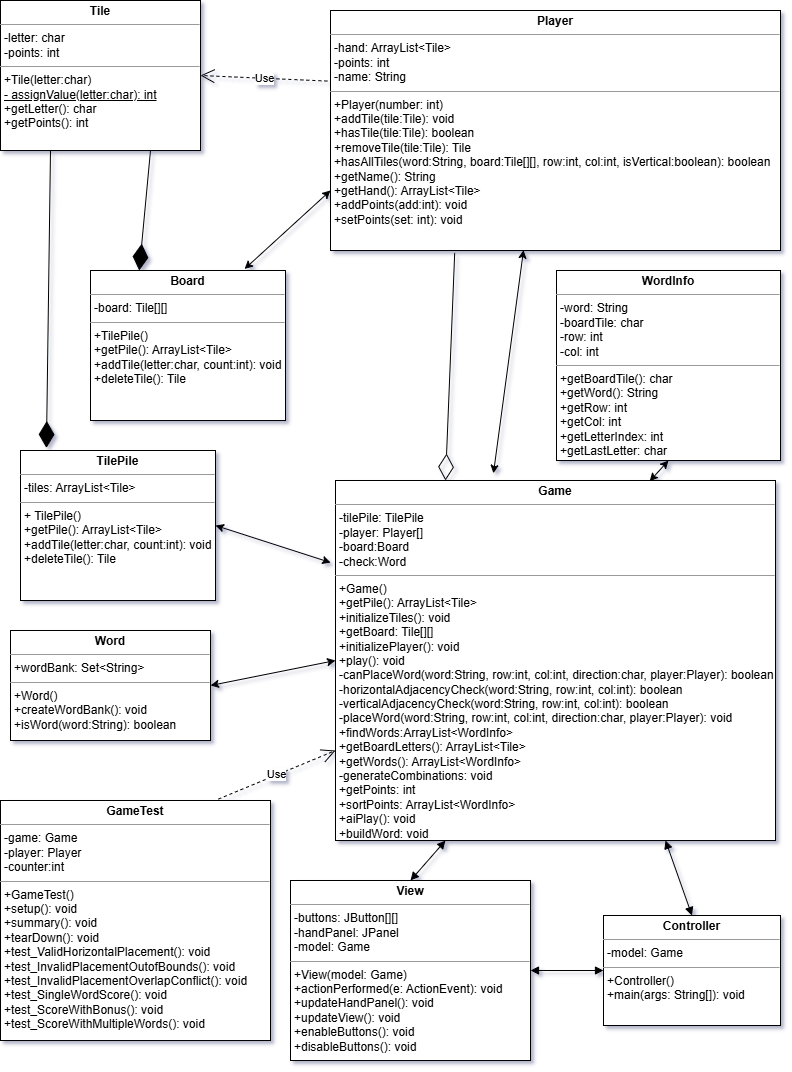
JadHamzeh/ScrabbleGUI keeps this draw.io diagram as Milestone3_UML.png. Above is the earlier version. Source tidied: cells renumbered, new cells last; positions are measured from the earlier drawing's top-left corner, leaving out a move shared by most shapes.
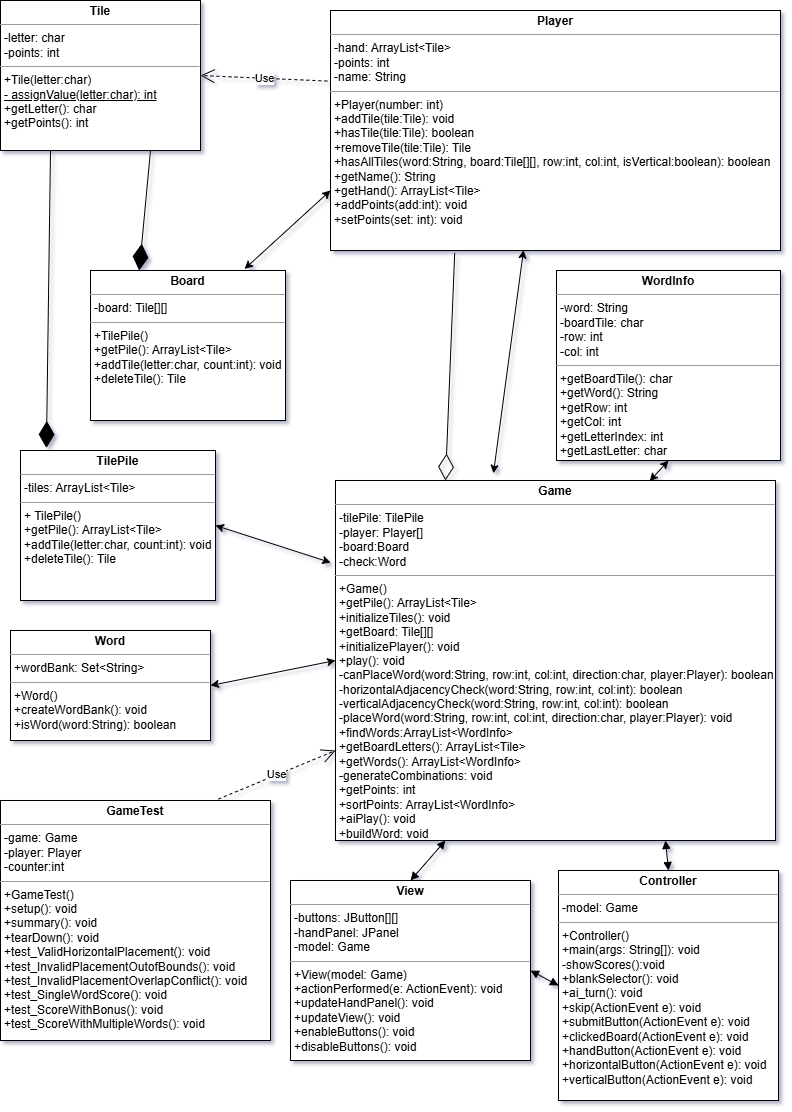
After the change.

The edit, as a diff of the source:
```diff
@@ -50,8 +50,8 @@
     <mxCell id="17" value="&lt;p style=&quot;margin:0px;margin-top:4px;text-align:center;&quot;&gt;&lt;b&gt;View&lt;/b&gt;&lt;/p&gt;&lt;hr size=&quot;1&quot;&gt;&lt;p style=&quot;margin:0px;margin-left:4px;&quot;&gt;-buttons: JButton[][]&lt;/p&gt;&lt;p style=&quot;margin:0px;margin-left:4px;&quot;&gt;-handPanel: JPanel&lt;/p&gt;&lt;p style=&quot;margin:0px;margin-left:4px;&quot;&gt;-model: Game&lt;/p&gt;&lt;hr size=&quot;1&quot;&gt;&lt;p style=&quot;margin:0px;margin-left:4px;&quot;&gt;+View(model: Game)&lt;/p&gt;&lt;p style=&quot;margin:0px;margin-left:4px;&quot;&gt;+actionPerformed(e: ActionEvent): void&lt;/p&gt;&lt;p style=&quot;margin:0px;margin-left:4px;&quot;&gt;+updateHandPanel(): void&lt;/p&gt;&lt;p style=&quot;margin:0px;margin-left:4px;&quot;&gt;+updateView(): void&lt;/p&gt;&lt;p style=&quot;margin:0px;margin-left:4px;&quot;&gt;+enableButtons(): void&lt;/p&gt;&lt;p style=&quot;margin:0px;margin-left:4px;&quot;&gt;+disableButtons(): void&lt;/p&gt;" style="verticalAlign=top;align=left;overflow=fill;fontSize=12;fontFamily=Helvetica;html=1;whiteSpace=wrap;" parent="1" vertex="1">
       <mxGeometry x="290" y="880" width="240" height="180" as="geometry" />
     </mxCell>
-    <mxCell id="18" value="&lt;p style=&quot;margin:0px;margin-top:4px;text-align:center;&quot;&gt;&lt;b&gt;Controller&lt;/b&gt;&lt;/p&gt;&lt;hr size=&quot;1&quot;&gt;&lt;p style=&quot;margin:0px;margin-left:4px;&quot;&gt;-model: Game&lt;/p&gt;&lt;hr size=&quot;1&quot;&gt;&lt;p style=&quot;margin:0px;margin-left:4px;&quot;&gt;+Controller()&lt;/p&gt;&lt;p style=&quot;margin:0px;margin-left:4px;&quot;&gt;+main(args: String[]): void&lt;/p&gt;" style="verticalAlign=top;align=left;overflow=fill;fontSize=12;fontFamily=Helvetica;html=1;whiteSpace=wrap;" parent="1" vertex="1">
-      <mxGeometry x="603" y="915" width="177" height="110" as="geometry" />
+    <mxCell id="18" value="&lt;p style=&quot;margin:0px;margin-top:4px;text-align:center;&quot;&gt;&lt;b&gt;Controller&lt;/b&gt;&lt;/p&gt;&lt;hr size=&quot;1&quot;&gt;&lt;p style=&quot;margin:0px;margin-left:4px;&quot;&gt;-model: Game&lt;/p&gt;&lt;hr size=&quot;1&quot;&gt;&lt;p style=&quot;margin:0px;margin-left:4px;&quot;&gt;+Controller()&lt;/p&gt;&lt;p style=&quot;margin:0px;margin-left:4px;&quot;&gt;+main(args: String[]): void&lt;/p&gt;&lt;p style=&quot;margin:0px;margin-left:4px;&quot;&gt;-showScores():&lt;span style=&quot;background-color: initial;&quot;&gt;void&lt;/span&gt;&lt;span style=&quot;background-color: initial;&quot;&gt;&amp;nbsp;&lt;/span&gt;&lt;/p&gt;&lt;p style=&quot;margin:0px;margin-left:4px;&quot;&gt;&lt;span style=&quot;background-color: initial;&quot;&gt;+blankSelector(): void&lt;/span&gt;&lt;/p&gt;&lt;p style=&quot;margin:0px;margin-left:4px;&quot;&gt;&lt;span style=&quot;background-color: initial;&quot;&gt;+ai_turn():&amp;nbsp;&lt;/span&gt;&lt;span style=&quot;background-color: initial;&quot;&gt;void&lt;/span&gt;&lt;span style=&quot;background-color: initial;&quot;&gt;&amp;nbsp;&lt;/span&gt;&lt;/p&gt;&lt;p style=&quot;margin:0px;margin-left:4px;&quot;&gt;&lt;span style=&quot;background-color: initial;&quot;&gt;+skip(ActionEvent e):&amp;nbsp;&lt;/span&gt;&lt;span style=&quot;background-color: initial;&quot;&gt;void&lt;/span&gt;&lt;span style=&quot;background-color: initial;&quot;&gt;&amp;nbsp;&lt;/span&gt;&lt;/p&gt;&lt;p style=&quot;margin:0px;margin-left:4px;&quot;&gt;&lt;span style=&quot;background-color: initial;&quot;&gt;+submitButton(ActionEvent e):&amp;nbsp;&lt;/span&gt;&lt;span style=&quot;background-color: initial;&quot;&gt;void&lt;/span&gt;&lt;span style=&quot;background-color: initial;&quot;&gt;&amp;nbsp;&lt;/span&gt;&lt;span style=&quot;background-color: initial;&quot;&gt;&lt;/span&gt;&lt;/p&gt;&lt;p style=&quot;margin:0px;margin-left:4px;&quot;&gt;&lt;span style=&quot;background-color: initial;&quot;&gt;+clickedBoard(ActionEvent e):&amp;nbsp;&lt;/span&gt;&lt;span style=&quot;background-color: initial;&quot;&gt;void&lt;/span&gt;&lt;span style=&quot;background-color: initial;&quot;&gt;&amp;nbsp;&lt;/span&gt;&lt;span style=&quot;background-color: initial;&quot;&gt;&lt;/span&gt;&lt;/p&gt;&lt;p style=&quot;margin:0px;margin-left:4px;&quot;&gt;&lt;span style=&quot;background-color: initial;&quot;&gt;+handButton(ActionEvent e):&amp;nbsp;&lt;/span&gt;&lt;span style=&quot;background-color: initial;&quot;&gt;void&lt;/span&gt;&lt;span style=&quot;background-color: initial;&quot;&gt;&amp;nbsp;&lt;/span&gt;&lt;span style=&quot;background-color: initial;&quot;&gt;&lt;/span&gt;&lt;/p&gt;&lt;p style=&quot;margin:0px;margin-left:4px;&quot;&gt;&lt;span style=&quot;background-color: initial;&quot;&gt;+horizontalButton(ActionEvent e):&amp;nbsp;&lt;/span&gt;&lt;span style=&quot;background-color: initial;&quot;&gt;void&lt;/span&gt;&lt;span style=&quot;background-color: initial;&quot;&gt;&amp;nbsp;&lt;/span&gt;&lt;span style=&quot;background-color: initial;&quot;&gt;&lt;/span&gt;&lt;/p&gt;&lt;p style=&quot;margin:0px;margin-left:4px;&quot;&gt;&lt;span style=&quot;background-color: initial;&quot;&gt;+verticalButton(ActionEvent e):&amp;nbsp;&lt;/span&gt;&lt;span style=&quot;background-color: initial;&quot;&gt;void&lt;/span&gt;&lt;span style=&quot;background-color: initial;&quot;&gt;&amp;nbsp;&lt;/span&gt;&lt;span style=&quot;background-color: initial;&quot;&gt;&lt;/span&gt;&lt;/p&gt;" style="verticalAlign=top;align=left;overflow=fill;fontSize=12;fontFamily=Helvetica;html=1;whiteSpace=wrap;" parent="1" vertex="1">
+      <mxGeometry x="558" y="870" width="220" height="230" as="geometry" />
     </mxCell>
     <mxCell id="19" value="Use" style="endArrow=open;endSize=12;dashed=1;html=1;rounded=0;exitX=0.807;exitY=-0.006;exitDx=0;exitDy=0;exitPerimeter=0;entryX=0;entryY=0.75;entryDx=0;entryDy=0;" parent="1" edge="1" source="16" target="6">
       <mxGeometry relative="1" as="geometry" />
```
